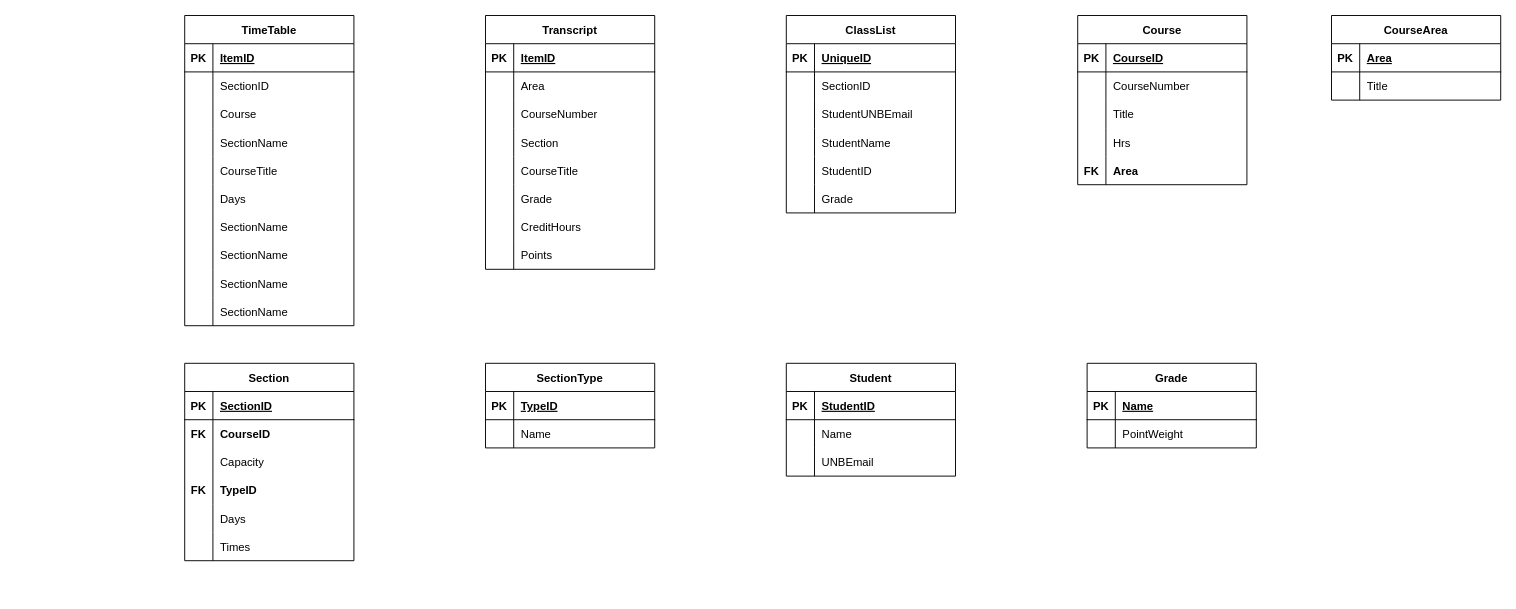
The draw.io diagram Copy of Untitled Diagram.drawio in EdungDivinefavour/LawreneEdung, before the edit. Source tidied: cells renumbered, new cells numbered last; positions are measured from the earlier drawing's top-left corner, leaving out a move shared by most shapes. Both pictures are drawn from the tidied source at 94%, with x=0, y=0 at pixel (184, 15).
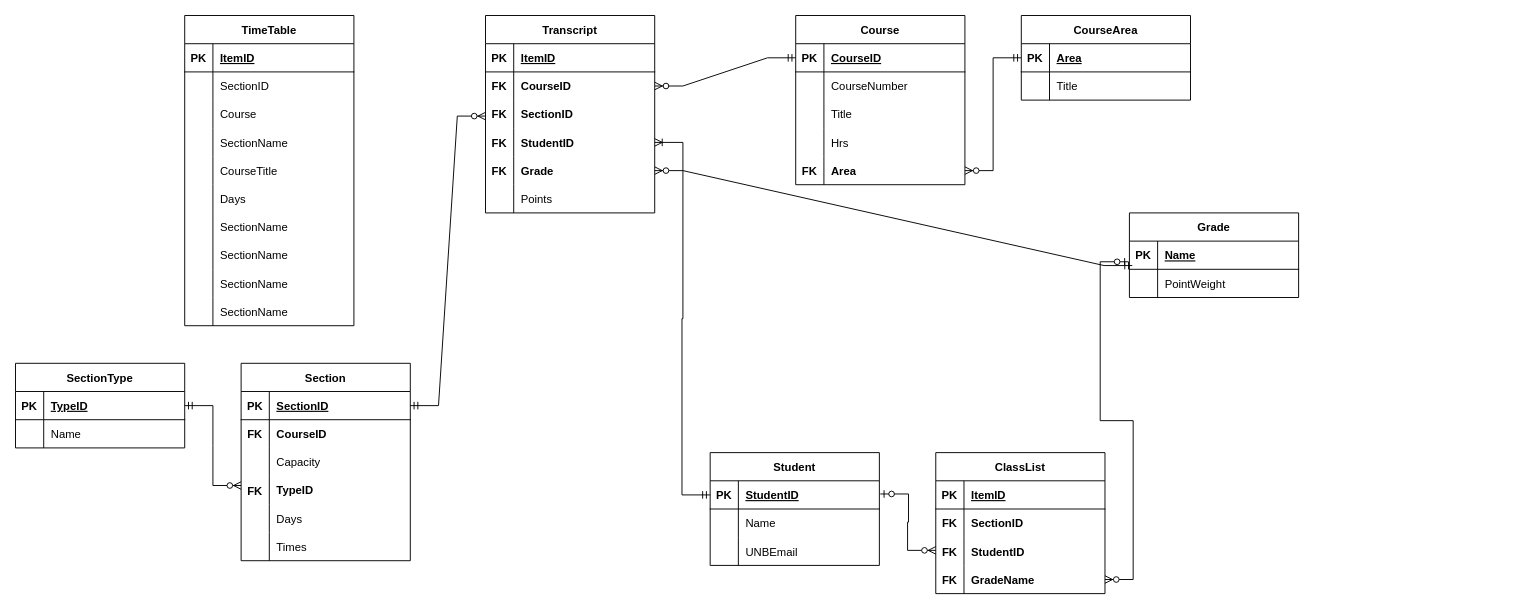
After the change.

Unchanged cells that the change refers to:
```xml
<mxCell id="37" style="shape=tableRow;horizontal=0;startSize=0;swimlaneHead=0;swimlaneBody=0;fillColor=none;points=[[0,0.5],[1,0.5]];portConstraint=eastwest;top=0;left=0;right=0;bottom=0;" parent="33" vertex="1">
  <mxGeometry y="60" width="180" height="30" as="geometry" />
</mxCell>
<mxCell id="59" style="shape=tableRow;horizontal=0;startSize=0;swimlaneHead=0;swimlaneBody=0;fillColor=none;top=0;left=0;right=0;bottom=1;" parent="58" vertex="1">
  <mxGeometry y="30" width="180" height="30" as="geometry" />
</mxCell>
<mxCell id="62" style="shape=tableRow;horizontal=0;startSize=0;swimlaneHead=0;swimlaneBody=0;fillColor=none;top=0;left=0;right=0;bottom=0;" parent="58" vertex="1">
  <mxGeometry y="60" width="180" height="30" as="geometry" />
</mxCell>
<mxCell id="78" style="shape=tableRow;horizontal=0;startSize=0;swimlaneHead=0;swimlaneBody=0;fillColor=none;points=[[0,0.5],[1,0.5]];portConstraint=eastwest;top=0;left=0;right=0;bottom=1;" parent="77" vertex="1">
  <mxGeometry y="30" width="180" height="30" as="geometry" />
</mxCell>
<mxCell id="90" style="shape=tableRow;horizontal=0;startSize=0;swimlaneHead=0;swimlaneBody=0;fillColor=none;points=[[0,0.5],[1,0.5]];portConstraint=eastwest;top=0;left=0;right=0;bottom=0;" parent="77" vertex="1">
  <mxGeometry y="150" width="180" height="30" as="geometry" />
</mxCell>
<mxCell id="94" style="shape=tableRow;horizontal=0;startSize=0;swimlaneHead=0;swimlaneBody=0;fillColor=none;points=[[0,0.5],[1,0.5]];portConstraint=eastwest;top=0;left=0;right=0;bottom=1;" parent="93" vertex="1">
  <mxGeometry y="30" width="180" height="30" as="geometry" />
</mxCell>
<mxCell id="113" style="shape=tableRow;horizontal=0;startSize=0;swimlaneHead=0;swimlaneBody=0;fillColor=none;points=[[0,0.5],[1,0.5]];portConstraint=eastwest;top=0;left=0;right=0;bottom=1;" parent="112" vertex="1">
  <mxGeometry y="30" width="180" height="30" as="geometry" />
</mxCell>
<mxCell id="120" style="shape=tableRow;horizontal=0;startSize=0;swimlaneHead=0;swimlaneBody=0;fillColor=none;points=[[0,0.5],[1,0.5]];portConstraint=eastwest;top=0;left=0;right=0;bottom=1;" parent="119" vertex="1">
  <mxGeometry y="30" width="180" height="30" as="geometry" />
</mxCell>
<mxCell id="130" style="shape=tableRow;horizontal=0;startSize=0;swimlaneHead=0;swimlaneBody=0;fillColor=none;points=[[0,0.5],[1,0.5]];portConstraint=eastwest;top=0;left=0;right=0;bottom=1;" parent="129" vertex="1">
  <mxGeometry y="30" width="180" height="30" as="geometry" />
</mxCell>
<mxCell id="133" style="shape=tableRow;horizontal=0;startSize=0;swimlaneHead=0;swimlaneBody=0;fillColor=none;points=[[0,0.5],[1,0.5]];portConstraint=eastwest;top=0;left=0;right=0;bottom=0;" parent="129" vertex="1">
  <mxGeometry y="60" width="180" height="30" as="geometry" />
</mxCell>
<mxCell id="138" style="shape=tableRow;horizontal=0;startSize=0;swimlaneHead=0;swimlaneBody=0;fillColor=none;points=[[0,0.5],[1,0.5]];portConstraint=eastwest;top=0;left=0;right=0;bottom=1;" parent="137" vertex="1">
  <mxGeometry y="30" width="180" height="30" as="geometry" />
</mxCell>
```

Diff of the diagram source:
```diff
@@
     <mxCell id="33" value="Transcript" style="shape=table;startSize=30;childLayout=tableLayout;rowLines=0;fontStyle=1;align=center;" parent="1" vertex="1">
-      <mxGeometry x="320" width="180" height="270" as="geometry" />
+      <mxGeometry x="320" width="180" height="210" as="geometry" />
     </mxCell>
@@
-    <mxCell id="39" value="Area" style="shape=partialRectangle;fillColor=none;top=0;left=0;bottom=0;right=0;align=left;spacingLeft=6;overflow=hidden;" parent="37" vertex="1">
+    <mxCell id="39" value="CourseID" style="shape=partialRectangle;fillColor=none;top=0;left=0;bottom=0;right=0;align=left;spacingLeft=6;overflow=hidden;fontStyle=1;" parent="37" vertex="1">
       <mxGeometry x="30" width="150" height="30" as="geometry" />
     </mxCell>
-    <mxCell id="40" style="shape=tableRow;horizontal=0;startSize=0;swimlaneHead=0;swimlaneBody=0;fillColor=none;top=0;left=0;right=0;bottom=0;" parent="33" vertex="1">
-      <mxGeometry y="90" width="180" height="30" as="geometry" />
-    </mxCell>
-    <mxCell id="41" style="shape=partialRectangle;fillColor=none;top=0;left=0;bottom=0;right=0;overflow=hidden;" parent="40" vertex="1">
-      <mxGeometry width="30" height="30" as="geometry" />
-    </mxCell>
-    <mxCell id="42" value="CourseNumber" style="shape=partialRectangle;fillColor=none;top=0;left=0;bottom=0;right=0;align=left;spacingLeft=6;overflow=hidden;" parent="40" vertex="1">
-      <mxGeometry x="30" width="150" height="30" as="geometry" />
-    </mxCell>
     <mxCell id="43" style="shape=tableRow;horizontal=0;startSize=0;swimlaneHead=0;swimlaneBody=0;fillColor=none;top=0;left=0;right=0;bottom=0;" parent="33" vertex="1">
-      <mxGeometry y="120" width="180" height="30" as="geometry" />
+      <mxGeometry y="90" width="180" height="30" as="geometry" />
     </mxCell>
@@
-    <mxCell id="45" value="Section" style="shape=partialRectangle;fillColor=none;top=0;left=0;bottom=0;right=0;align=left;spacingLeft=6;overflow=hidden;" parent="43" vertex="1">
+    <mxCell id="45" value="SectionID" style="shape=partialRectangle;fillColor=none;top=0;left=0;bottom=0;right=0;align=left;spacingLeft=6;overflow=hidden;fontStyle=1;" parent="43" vertex="1">
       <mxGeometry x="30" width="150" height="30" as="geometry" />
     </mxCell>
     <mxCell id="46" style="shape=tableRow;horizontal=0;startSize=0;swimlaneHead=0;swimlaneBody=0;fillColor=none;points=[[0,0.5],[1,0.5]];portConstraint=eastwest;top=0;left=0;right=0;bottom=0;" parent="33" vertex="1">
-      <mxGeometry y="150" width="180" height="30" as="geometry" />
+      <mxGeometry y="120" width="180" height="30" as="geometry" />
     </mxCell>
@@
-    <mxCell id="48" value="CourseTitle" style="shape=partialRectangle;fillColor=none;top=0;left=0;bottom=0;right=0;align=left;spacingLeft=6;overflow=hidden;" parent="46" vertex="1">
+    <mxCell id="48" value="StudentID" style="shape=partialRectangle;fillColor=none;top=0;left=0;bottom=0;right=0;align=left;spacingLeft=6;overflow=hidden;fontStyle=1;" parent="46" vertex="1">
       <mxGeometry x="30" width="150" height="30" as="geometry" />
     </mxCell>
     <mxCell id="49" style="shape=tableRow;horizontal=0;startSize=0;swimlaneHead=0;swimlaneBody=0;fillColor=none;points=[[0,0.5],[1,0.5]];portConstraint=eastwest;top=0;left=0;right=0;bottom=0;" parent="33" vertex="1">
-      <mxGeometry y="180" width="180" height="30" as="geometry" />
+      <mxGeometry y="150" width="180" height="30" as="geometry" />
     </mxCell>
@@
-    <mxCell id="51" value="Grade" style="shape=partialRectangle;fillColor=none;top=0;left=0;bottom=0;right=0;align=left;spacingLeft=6;overflow=hidden;" parent="49" vertex="1">
+    <mxCell id="51" value="Grade" style="shape=partialRectangle;fillColor=none;top=0;left=0;bottom=0;right=0;align=left;spacingLeft=6;overflow=hidden;fontStyle=1;" parent="49" vertex="1">
       <mxGeometry x="30" width="150" height="30" as="geometry" />
     </mxCell>
-    <mxCell id="52" style="shape=tableRow;horizontal=0;startSize=0;swimlaneHead=0;swimlaneBody=0;fillColor=none;top=0;left=0;right=0;bottom=0;" parent="33" vertex="1">
-      <mxGeometry y="210" width="180" height="30" as="geometry" />
-    </mxCell>
-    <mxCell id="53" style="shape=partialRectangle;fillColor=none;top=0;left=0;bottom=0;right=0;overflow=hidden;" parent="52" vertex="1">
-      <mxGeometry width="30" height="30" as="geometry" />
-    </mxCell>
-    <mxCell id="54" value="CreditHours" style="shape=partialRectangle;fillColor=none;top=0;left=0;bottom=0;right=0;align=left;spacingLeft=6;overflow=hidden;" parent="52" vertex="1">
-      <mxGeometry x="30" width="150" height="30" as="geometry" />
-    </mxCell>
     <mxCell id="55" style="shape=tableRow;horizontal=0;startSize=0;swimlaneHead=0;swimlaneBody=0;fillColor=none;top=0;left=0;right=0;bottom=0;" parent="33" vertex="1">
-      <mxGeometry y="240" width="180" height="30" as="geometry" />
+      <mxGeometry y="180" width="180" height="30" as="geometry" />
     </mxCell>
@@
     <mxCell id="58" value="ClassList" style="shape=table;startSize=30;childLayout=tableLayout;rowLines=0;fontStyle=1;align=center;" parent="1" vertex="1">
-      <mxGeometry x="640" width="180" height="210" as="geometry" />
+      <mxGeometry x="799" y="465" width="180" height="150" as="geometry" />
     </mxCell>
@@
-    <mxCell id="61" value="UniqueID" style="shape=partialRectangle;fillColor=none;top=0;left=0;bottom=0;right=0;align=left;spacingLeft=6;fontStyle=5;overflow=hidden;" parent="59" vertex="1">
+    <mxCell id="61" value="ItemID" style="shape=partialRectangle;fillColor=none;top=0;left=0;bottom=0;right=0;align=left;spacingLeft=6;fontStyle=5;overflow=hidden;" parent="59" vertex="1">
       <mxGeometry x="30" width="150" height="30" as="geometry" />
     </mxCell>
@@
-    <mxCell id="64" value="SectionID" style="shape=partialRectangle;fillColor=none;top=0;left=0;bottom=0;right=0;align=left;spacingLeft=6;overflow=hidden;" parent="62" vertex="1">
+    <mxCell id="64" value="SectionID" style="shape=partialRectangle;fillColor=none;top=0;left=0;bottom=0;right=0;align=left;spacingLeft=6;overflow=hidden;fontStyle=1;" parent="62" vertex="1">
       <mxGeometry x="30" width="150" height="30" as="geometry" />
     </mxCell>
-    <mxCell id="65" style="shape=tableRow;horizontal=0;startSize=0;swimlaneHead=0;swimlaneBody=0;fillColor=none;top=0;left=0;right=0;bottom=0;" parent="58" vertex="1">
-      <mxGeometry y="90" width="180" height="30" as="geometry" />
-    </mxCell>
-    <mxCell id="66" style="shape=partialRectangle;fillColor=none;top=0;left=0;bottom=0;right=0;overflow=hidden;" parent="65" vertex="1">
-      <mxGeometry width="30" height="30" as="geometry" />
-    </mxCell>
-    <mxCell id="67" value="StudentUNBEmail" style="shape=partialRectangle;fillColor=none;top=0;left=0;bottom=0;right=0;align=left;spacingLeft=6;overflow=hidden;" parent="65" vertex="1">
-      <mxGeometry x="30" width="150" height="30" as="geometry" />
-    </mxCell>
-    <mxCell id="68" style="shape=tableRow;horizontal=0;startSize=0;swimlaneHead=0;swimlaneBody=0;fillColor=none;top=0;left=0;right=0;bottom=0;" parent="58" vertex="1">
-      <mxGeometry y="120" width="180" height="30" as="geometry" />
-    </mxCell>
-    <mxCell id="69" style="shape=partialRectangle;fillColor=none;top=0;left=0;bottom=0;right=0;overflow=hidden;" parent="68" vertex="1">
-      <mxGeometry width="30" height="30" as="geometry" />
-    </mxCell>
-    <mxCell id="70" value="StudentName" style="shape=partialRectangle;fillColor=none;top=0;left=0;bottom=0;right=0;align=left;spacingLeft=6;overflow=hidden;" parent="68" vertex="1">
-      <mxGeometry x="30" width="150" height="30" as="geometry" />
-    </mxCell>
-    <mxCell id="71" style="shape=tableRow;horizontal=0;startSize=0;swimlaneHead=0;swimlaneBody=0;fillColor=none;top=0;left=0;right=0;bottom=0;" parent="58" vertex="1">
-      <mxGeometry y="150" width="180" height="30" as="geometry" />
+    <mxCell id="71" style="shape=tableRow;horizontal=0;startSize=0;swimlaneHead=0;swimlaneBody=0;fillColor=none;top=0;left=0;right=0;bottom=0;fontStyle=0;" parent="58" vertex="1">
+      <mxGeometry y="90" width="180" height="30" as="geometry" />
     </mxCell>
@@
-    <mxCell id="73" value="StudentID" style="shape=partialRectangle;fillColor=none;top=0;left=0;bottom=0;right=0;align=left;spacingLeft=6;overflow=hidden;" parent="71" vertex="1">
+    <mxCell id="73" value="StudentID" style="shape=partialRectangle;fillColor=none;top=0;left=0;bottom=0;right=0;align=left;spacingLeft=6;overflow=hidden;fontStyle=1;" parent="71" vertex="1">
       <mxGeometry x="30" width="150" height="30" as="geometry" />
     </mxCell>
     <mxCell id="74" style="shape=tableRow;horizontal=0;startSize=0;swimlaneHead=0;swimlaneBody=0;fillColor=none;points=[[0,0.5],[1,0.5]];portConstraint=eastwest;top=0;left=0;right=0;bottom=0;" parent="58" vertex="1">
-      <mxGeometry y="180" width="180" height="30" as="geometry" />
+      <mxGeometry y="120" width="180" height="30" as="geometry" />
     </mxCell>
@@
-    <mxCell id="76" value="Grade" style="shape=partialRectangle;fillColor=none;top=0;left=0;bottom=0;right=0;align=left;spacingLeft=6;overflow=hidden;" parent="74" vertex="1">
+    <mxCell id="76" value="GradeName" style="shape=partialRectangle;fillColor=none;top=0;left=0;bottom=0;right=0;align=left;spacingLeft=6;overflow=hidden;fontStyle=1;" parent="74" vertex="1">
       <mxGeometry x="30" width="150" height="30" as="geometry" />
     </mxCell>
     <mxCell id="77" value="Course" style="shape=table;startSize=30;childLayout=tableLayout;rowLines=0;fontStyle=1;align=center;" parent="1" vertex="1">
-      <mxGeometry x="950" width="180" height="180" as="geometry" />
+      <mxGeometry x="650" width="180" height="180" as="geometry" />
     </mxCell>
@@
     <mxCell id="93" value="Section" style="shape=table;startSize=30;childLayout=tableLayout;rowLines=0;fontStyle=1;align=center;" parent="1" vertex="1">
-      <mxGeometry y="370" width="180" height="210" as="geometry" />
+      <mxGeometry x="60" y="370" width="180" height="210" as="geometry" />
     </mxCell>
@@
     <mxCell id="112" value="SectionType" style="shape=table;startSize=30;childLayout=tableLayout;rowLines=0;fontStyle=1;align=center;" parent="1" vertex="1">
-      <mxGeometry x="320" y="370" width="180" height="90" as="geometry" />
+      <mxGeometry x="-180" y="370" width="180" height="90" as="geometry" />
     </mxCell>
@@
     <mxCell id="119" value="Student" style="shape=table;startSize=30;childLayout=tableLayout;rowLines=0;fontStyle=1;align=center;" parent="1" vertex="1">
-      <mxGeometry x="640" y="370" width="180" height="120" as="geometry" />
+      <mxGeometry x="559" y="465" width="180" height="120" as="geometry" />
     </mxCell>
@@
     <mxCell id="129" value="Grade" style="shape=table;startSize=30;childLayout=tableLayout;rowLines=0;fontStyle=1;align=center;" parent="1" vertex="1">
-      <mxGeometry x="960" y="370" width="180" height="90" as="geometry" />
+      <mxGeometry x="1005" y="210" width="180" height="90" as="geometry" />
     </mxCell>
@@
     <mxCell id="136" value="FK" style="shape=partialRectangle;fillColor=none;top=0;left=0;bottom=0;right=0;fontStyle=1;overflow=hidden;" parent="1" vertex="1">
-      <mxGeometry y="490" width="30" height="30" as="geometry" />
+      <mxGeometry x="60" y="491" width="30" height="30" as="geometry" />
     </mxCell>
     <mxCell id="137" value="CourseArea" style="shape=table;startSize=30;childLayout=tableLayout;rowLines=0;fontStyle=1;align=center;" parent="1" vertex="1">
-      <mxGeometry x="1220" width="180" height="90" as="geometry" />
+      <mxGeometry x="890" width="180" height="90" as="geometry" />
     </mxCell>
@@
     <mxCell id="144" value="FK" style="shape=partialRectangle;fillColor=none;top=0;left=0;bottom=0;right=0;fontStyle=1;overflow=hidden;" parent="1" vertex="1">
-      <mxGeometry y="430" width="30" height="30" as="geometry" />
+      <mxGeometry x="60" y="430" width="30" height="30" as="geometry" />
     </mxCell>
     <mxCell id="145" value="FK" style="shape=partialRectangle;fillColor=none;top=0;left=0;bottom=0;right=0;fontStyle=1;overflow=hidden;" parent="1" vertex="1">
-      <mxGeometry x="950" y="150" width="30" height="30" as="geometry" />
+      <mxGeometry x="650" y="150" width="30" height="30" as="geometry" />
     </mxCell>
+    <mxCell id="146" style="edgeStyle=entityRelationEdgeStyle;fontSize=12;html=1;endArrow=ERzeroToMany;startArrow=ERmandOne;rounded=0;exitX=1;exitY=0.5;exitDx=0;exitDy=0;" parent="1" edge="1" source="113">
+      <mxGeometry relative="1" as="geometry">
+        <mxPoint x="60" y="500" as="targetPoint" />
+      </mxGeometry>
+    </mxCell>
+    <mxCell id="147" style="edgeStyle=entityRelationEdgeStyle;fontSize=12;html=1;endArrow=ERzeroToMany;startArrow=ERmandOne;rounded=0;exitX=0;exitY=0.5;exitDx=0;exitDy=0;" parent="1" edge="1" source="138" target="90">
+      <mxGeometry relative="1" as="geometry" />
+    </mxCell>
+    <mxCell id="148" value="FK" style="shape=partialRectangle;fillColor=none;top=0;left=0;bottom=0;right=0;fontStyle=1;overflow=hidden;" parent="1" vertex="1">
+      <mxGeometry x="799" y="525" width="30" height="30" as="geometry" />
+    </mxCell>
+    <mxCell id="149" value="FK" style="shape=partialRectangle;fillColor=none;top=0;left=0;bottom=0;right=0;fontStyle=1;overflow=hidden;" parent="1" vertex="1">
+      <mxGeometry x="799" y="555" width="30" height="30" as="geometry" />
+    </mxCell>
+    <mxCell id="150" value="FK" style="shape=partialRectangle;fillColor=none;top=0;left=0;bottom=0;right=0;fontStyle=1;overflow=hidden;" parent="1" vertex="1">
+      <mxGeometry x="799" y="585" width="30" height="30" as="geometry" />
+    </mxCell>
+    <mxCell id="151" style="edgeStyle=entityRelationEdgeStyle;fontSize=12;html=1;endArrow=ERzeroToMany;startArrow=ERzeroToOne;rounded=0;entryX=1;entryY=0.5;entryDx=0;entryDy=0;exitX=-0.006;exitY=0.733;exitDx=0;exitDy=0;exitPerimeter=0;" parent="1" edge="1" source="130" target="74">
+      <mxGeometry relative="1" as="geometry" />
+    </mxCell>
+    <mxCell id="152" style="edgeStyle=entityRelationEdgeStyle;fontSize=12;html=1;endArrow=ERzeroToMany;startArrow=ERzeroToOne;rounded=0;exitX=-0.006;exitY=0.733;exitDx=0;exitDy=0;exitPerimeter=0;" parent="1" edge="1">
+      <mxGeometry relative="1" as="geometry">
+        <mxPoint x="740" y="509" as="sourcePoint" />
+        <mxPoint x="799" y="569" as="targetPoint" />
+      </mxGeometry>
+    </mxCell>
+    <mxCell id="153" value="FK" style="shape=partialRectangle;fillColor=none;top=0;left=0;bottom=0;right=0;fontStyle=1;overflow=hidden;" parent="1" vertex="1">
+      <mxGeometry x="320" y="60" width="30" height="30" as="geometry" />
+    </mxCell>
+    <mxCell id="154" value="FK" style="shape=partialRectangle;fillColor=none;top=0;left=0;bottom=0;right=0;fontStyle=1;overflow=hidden;" parent="1" vertex="1">
+      <mxGeometry x="320" y="90" width="30" height="30" as="geometry" />
+    </mxCell>
+    <mxCell id="155" value="FK" style="shape=partialRectangle;fillColor=none;top=0;left=0;bottom=0;right=0;fontStyle=1;overflow=hidden;" parent="1" vertex="1">
+      <mxGeometry x="320" y="120" width="30" height="30" as="geometry" />
+    </mxCell>
+    <mxCell id="156" style="edgeStyle=entityRelationEdgeStyle;fontSize=12;html=1;endArrow=ERoneToMany;startArrow=ERmandOne;rounded=0;" parent="1" edge="1" source="120" target="46">
+      <mxGeometry relative="1" as="geometry" />
+    </mxCell>
+    <mxCell id="157" style="edgeStyle=entityRelationEdgeStyle;fontSize=12;html=1;endArrow=ERzeroToMany;startArrow=ERmandOne;rounded=0;entryX=1;entryY=0.5;entryDx=0;entryDy=0;exitX=0;exitY=0.5;exitDx=0;exitDy=0;" parent="1" edge="1" source="78" target="37">
+      <mxGeometry relative="1" as="geometry" />
+    </mxCell>
+    <mxCell id="158" style="edgeStyle=entityRelationEdgeStyle;fontSize=12;html=1;endArrow=ERzeroToMany;startArrow=ERmandOne;rounded=0;exitX=1;exitY=0.5;exitDx=0;exitDy=0;" parent="1" edge="1" source="94">
+      <mxGeometry relative="1" as="geometry">
+        <mxPoint x="320" y="107" as="targetPoint" />
+      </mxGeometry>
+    </mxCell>
+    <mxCell id="159" value="FK" style="shape=partialRectangle;fillColor=none;top=0;left=0;bottom=0;right=0;fontStyle=1;overflow=hidden;" parent="1" vertex="1">
+      <mxGeometry x="320" y="150" width="30" height="30" as="geometry" />
+    </mxCell>
+    <mxCell id="160" style="edgeStyle=entityRelationEdgeStyle;fontSize=12;html=1;endArrow=ERzeroToMany;startArrow=ERmandOne;rounded=0;entryX=1;entryY=0.5;entryDx=0;entryDy=0;exitX=0.017;exitY=-0.133;exitDx=0;exitDy=0;exitPerimeter=0;" parent="1" edge="1" source="133" target="49">
+      <mxGeometry relative="1" as="geometry" />
+    </mxCell>
```
